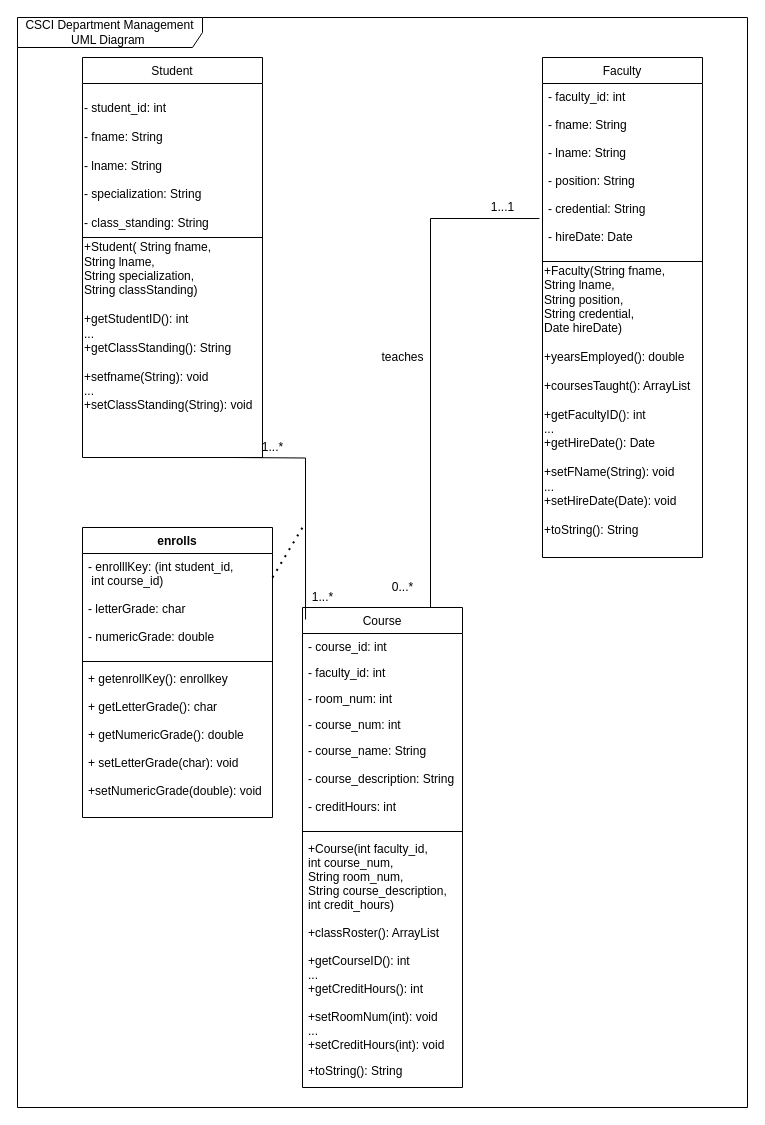
Earlier version of the draw.io diagram group15UMLClassDiagramCSCI366.drawio (zacharyejohnson/CSCI366-Database-Systems). Source tidied: cells renumbered, new cells numbered last; positions are measured from the earlier drawing's top-left corner, leaving out a move shared by most shapes. Both pictures are drawn from the tidied source at 100%, with x=0, y=0 at pixel (17, 17).
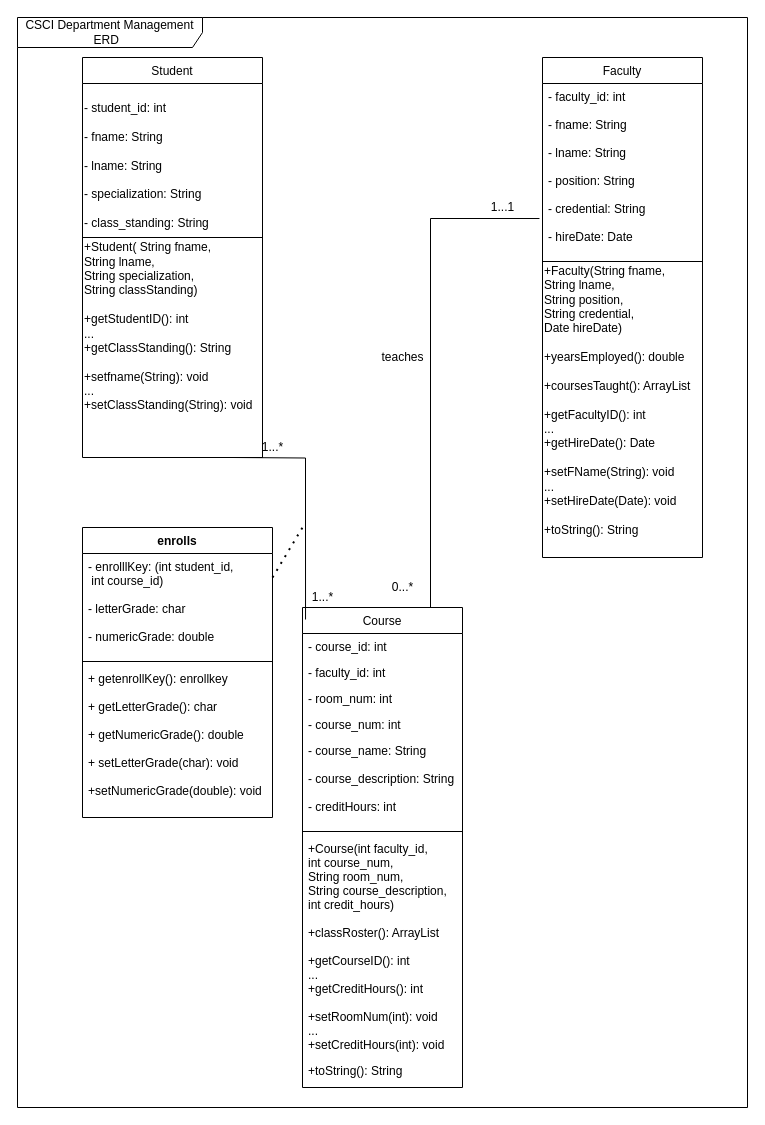
The same diagram, later.

Change to the diagram source:
```diff
@@
-    <mxCell id="31" value="&lt;span&gt;CSCI Department Management UML Diagram&amp;nbsp;&lt;/span&gt;" style="shape=umlFrame;whiteSpace=wrap;html=1;width=185;height=30;" parent="1" vertex="1">
+    <mxCell id="31" value="&lt;span&gt;CSCI Department Management ERD&amp;nbsp;&amp;nbsp;&lt;/span&gt;" style="shape=umlFrame;whiteSpace=wrap;html=1;width=185;height=30;" parent="1" vertex="1">
       <mxGeometry width="730" height="1090" as="geometry" />
     </mxCell>
```
